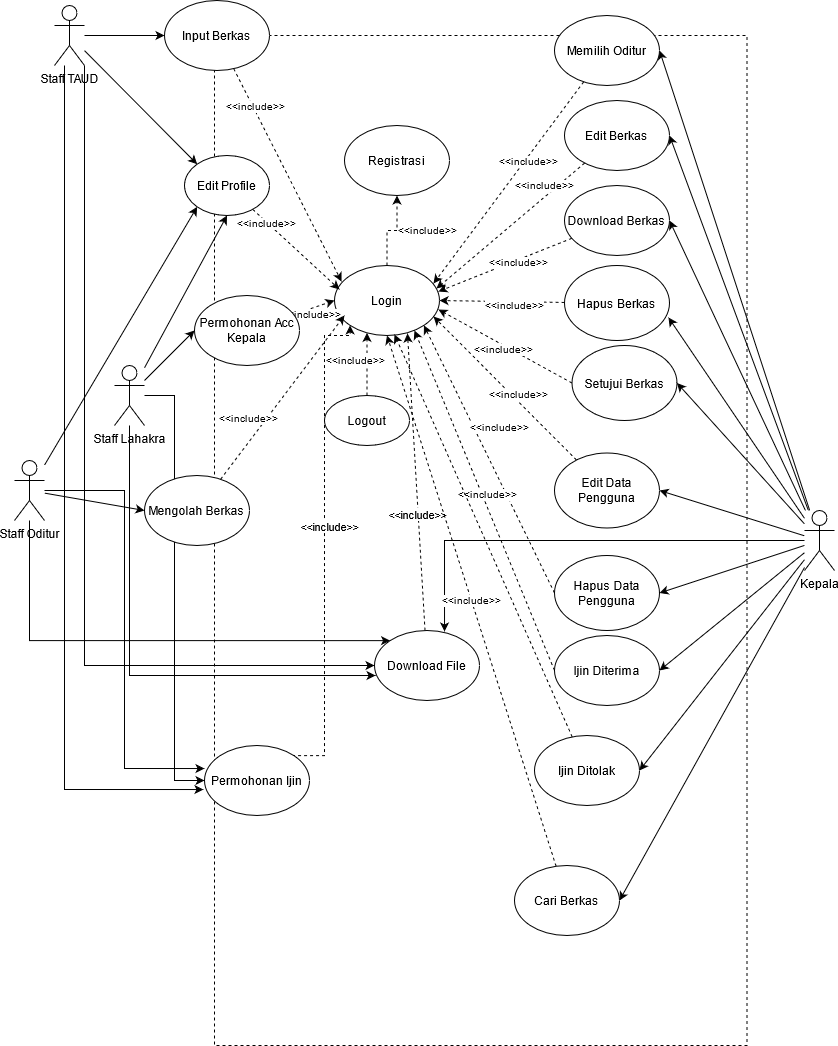
vincent322/Diagram keeps this draw.io diagram as staff/Use Case Diagram.png. Above is the earlier version. Source tidied: cells renumbered, new cells last; positions are measured from the earlier drawing's top-left corner, leaving out a move shared by most shapes.
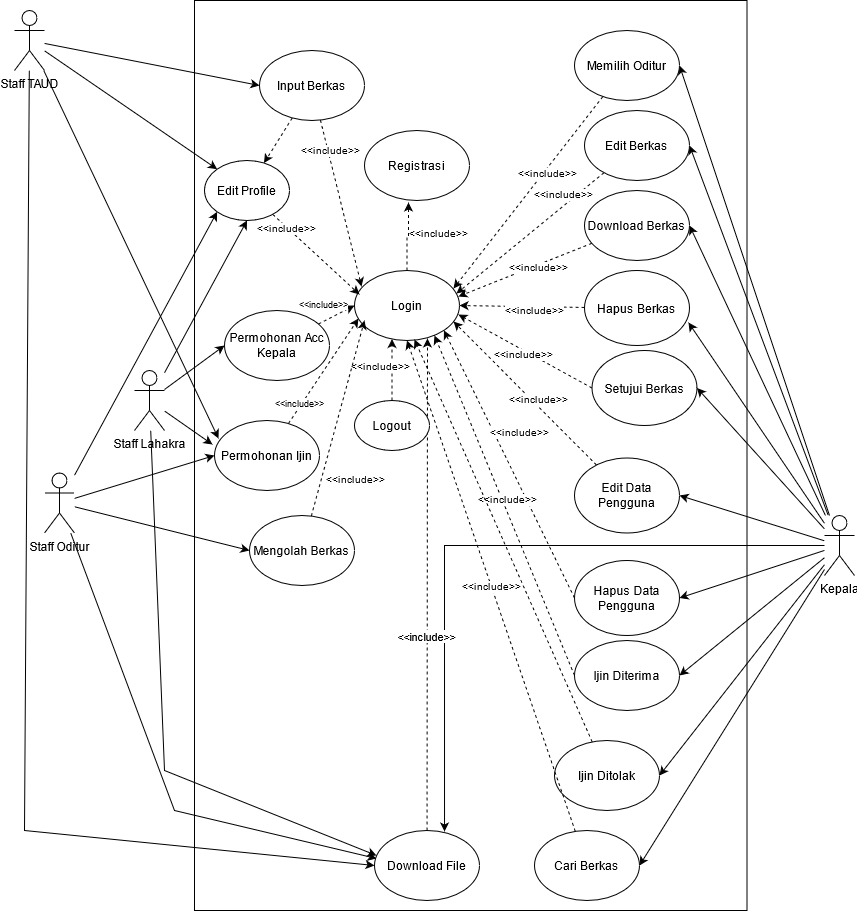
Later version of the same file.

Change to the diagram source:
```diff
@@ -2,8 +2,8 @@
   <root>
     <mxCell id="0" />
     <mxCell id="1" parent="0" />
-    <mxCell id="2" style="rounded=0;whiteSpace=wrap;html=1;dashed=1;" parent="1" vertex="1">
-      <mxGeometry x="200" y="35" width="532.5" height="1010" as="geometry" />
+    <mxCell id="2" style="rounded=0;whiteSpace=wrap;html=1;" parent="1" vertex="1">
+      <mxGeometry x="160" y="-5" width="552.5" height="910" as="geometry" />
     </mxCell>
     <mxCell id="3" style="edgeStyle=none;rounded=0;jettySize=auto;html=1;entryX=0;entryY=0.5;entryDx=0;entryDy=0;fontSize=10;" parent="1" edge="1" source="7" target="36">
       <mxGeometry relative="1" as="geometry" />
@@ -11,23 +11,18 @@
     <mxCell id="4" style="edgeStyle=none;rounded=0;jettySize=auto;html=1;fontSize=10;entryX=0;entryY=0;entryDx=0;entryDy=0;" parent="1" edge="1" source="7" target="67">
       <mxGeometry relative="1" as="geometry" />
     </mxCell>
+    <mxCell id="6" style="edgeStyle=none;rounded=0;jettySize=auto;html=1;entryX=0.038;entryY=0.257;entryDx=0;entryDy=0;entryPerimeter=0;fontSize=9;" parent="1" edge="1" source="7" target="75">
+      <mxGeometry relative="1" as="geometry" />
+    </mxCell>
-    <mxCell id="5" style="edgeStyle=orthogonalEdgeStyle;rounded=0;jettySize=auto;html=1;entryX=0;entryY=0.5;entryDx=0;entryDy=0;" parent="1" edge="1" source="7" target="54">
+    <mxCell id="5" style="edgeStyle=none;rounded=0;jettySize=auto;html=1;entryX=0;entryY=0.5;entryDx=0;entryDy=0;fontSize=9;" parent="1" edge="1" source="7" target="54">
       <mxGeometry relative="1" as="geometry">
         <Array as="points">
-          <mxPoint x="70" y="35" />
-          <mxPoint x="70" y="665" />
+          <mxPoint x="-10" y="825" />
         </Array>
       </mxGeometry>
     </mxCell>
-    <mxCell id="6" style="edgeStyle=orthogonalEdgeStyle;rounded=0;jettySize=auto;html=1;entryX=-0.01;entryY=0.629;entryDx=0;entryDy=0;entryPerimeter=0;" parent="1" edge="1" source="7" target="75">
-      <mxGeometry relative="1" as="geometry">
-        <Array as="points">
-          <mxPoint x="50" y="789" />
-        </Array>
-      </mxGeometry>
-    </mxCell>
     <mxCell id="7" value="Staff TAUD" style="shape=umlActor;verticalLabelPosition=bottom;verticalAlign=top;html=1;outlineConnect=0;" parent="1" vertex="1">
-      <mxGeometry x="40" y="5" width="30" height="60" as="geometry" />
+      <mxGeometry x="-20" y="5" width="30" height="60" as="geometry" />
     </mxCell>
     <mxCell id="8" style="edgeStyle=none;rounded=0;jettySize=auto;html=1;entryX=0;entryY=0.5;entryDx=0;entryDy=0;fontSize=10;" parent="1" edge="1" source="12" target="39">
       <mxGeometry relative="1" as="geometry" />
@@ -35,16 +30,16 @@
     <mxCell id="9" style="edgeStyle=none;rounded=0;jettySize=auto;html=1;fontSize=10;entryX=0.5;entryY=1;entryDx=0;entryDy=0;" parent="1" edge="1" source="12" target="67">
       <mxGeometry relative="1" as="geometry" />
     </mxCell>
+    <mxCell id="11" style="edgeStyle=none;rounded=0;jettySize=auto;html=1;entryX=-0.019;entryY=0.343;entryDx=0;entryDy=0;entryPerimeter=0;fontSize=9;" parent="1" edge="1" source="12" target="75">
+      <mxGeometry relative="1" as="geometry" />
+    </mxCell>
-    <mxCell id="10" style="edgeStyle=orthogonalEdgeStyle;rounded=0;jettySize=auto;html=1;entryX=0.01;entryY=0.643;entryDx=0;entryDy=0;entryPerimeter=0;" parent="1" edge="1" source="12" target="54">
+    <mxCell id="10" style="edgeStyle=none;rounded=0;jettySize=auto;html=1;entryX=0.019;entryY=0.357;entryDx=0;entryDy=0;entryPerimeter=0;fontSize=9;" parent="1" edge="1" source="12" target="54">
       <mxGeometry relative="1" as="geometry">
         <Array as="points">
-          <mxPoint x="115" y="675" />
+          <mxPoint x="130" y="765" />
         </Array>
       </mxGeometry>
     </mxCell>
-    <mxCell id="11" style="edgeStyle=orthogonalEdgeStyle;rounded=0;jettySize=auto;html=1;entryX=0;entryY=0.5;entryDx=0;entryDy=0;" parent="1" edge="1" source="12" target="75">
-      <mxGeometry relative="1" as="geometry" />
-    </mxCell>
     <mxCell id="12" value="Staff Lahakra" style="shape=umlActor;verticalLabelPosition=bottom;verticalAlign=top;html=1;outlineConnect=0;" parent="1" vertex="1">
       <mxGeometry x="100" y="365" width="30" height="60" as="geometry" />
     </mxCell>
@@ -90,21 +85,23 @@
     <mxCell id="26" style="edgeStyle=none;rounded=0;jettySize=auto;html=1;entryX=0;entryY=0.5;entryDx=0;entryDy=0;fontSize=10;" parent="1" edge="1" source="29" target="45">
       <mxGeometry relative="1" as="geometry" />
     </mxCell>
+    <mxCell id="28" style="edgeStyle=none;rounded=0;jettySize=auto;html=1;entryX=0;entryY=0.5;entryDx=0;entryDy=0;fontSize=9;" parent="1" edge="1" source="29" target="75">
+      <mxGeometry relative="1" as="geometry" />
+    </mxCell>
-    <mxCell id="27" style="edgeStyle=orthogonalEdgeStyle;rounded=0;jettySize=auto;html=1;entryX=0;entryY=0;entryDx=0;entryDy=0;" parent="1" edge="1" source="29" target="54">
+    <mxCell id="27" style="edgeStyle=none;rounded=0;jettySize=auto;html=1;entryX=0.019;entryY=0.4;entryDx=0;entryDy=0;entryPerimeter=0;fontSize=9;" parent="1" edge="1" source="29" target="54">
       <mxGeometry relative="1" as="geometry">
         <Array as="points">
-          <mxPoint x="15" y="640" />
+          <mxPoint x="140" y="805" />
         </Array>
       </mxGeometry>
     </mxCell>
-    <mxCell id="28" style="edgeStyle=orthogonalEdgeStyle;rounded=0;jettySize=auto;html=1;entryX=0;entryY=0.329;entryDx=0;entryDy=0;entryPerimeter=0;" parent="1" edge="1" source="29" target="75">
-      <mxGeometry relative="1" as="geometry" />
-    </mxCell>
     <mxCell id="29" value="Staff Oditur" style="shape=umlActor;verticalLabelPosition=bottom;verticalAlign=top;html=1;outlineConnect=0;" parent="1" vertex="1">
-      <mxGeometry y="460" width="30" height="60" as="geometry" />
+      <mxGeometry x="10" y="467.5" width="30" height="60" as="geometry" />
     </mxCell>
-    <mxCell id="30" value="&lt;font style=&quot;font-size: 10px&quot;&gt;&amp;lt;&amp;lt;include&amp;gt;&amp;gt;&lt;/font&gt;" style="edgeStyle=orthogonalEdgeStyle;rounded=0;jettySize=auto;html=1;entryX=0.5;entryY=1;entryDx=0;entryDy=0;dashed=1;" parent="1" edge="1" source="31" target="32">
-      <mxGeometry x="0.14" y="-30" relative="1" as="geometry" />
+    <mxCell id="30" value="&lt;font style=&quot;font-size: 10px&quot;&gt;&amp;lt;&amp;lt;include&amp;gt;&amp;gt;&lt;/font&gt;" style="edgeStyle=orthogonalEdgeStyle;rounded=0;jettySize=auto;html=1;dashed=1;" parent="1" edge="1" source="31">
+      <mxGeometry x="0.14" y="-30" relative="1" as="geometry">
+        <mxPoint x="374" y="197" as="targetPoint" />
+      </mxGeometry>
     </mxCell>
     <mxCell id="31" value="Login" style="ellipse;whiteSpace=wrap;html=1;" parent="1" vertex="1">
       <mxGeometry x="320" y="265" width="105" height="70" as="geometry" />
@@ -127,17 +124,22 @@
     <mxCell id="35" value="&amp;lt;&amp;lt;include&amp;gt;&amp;gt;" style="edgeLabel;html=1;align=center;verticalAlign=middle;fontSize=10;" parent="34" vertex="1">
       <mxGeometry x="-0.64" y="2" relative="1" as="geometry" />
     </mxCell>
+    <mxCell id="77" style="edgeStyle=none;rounded=0;jettySize=auto;html=1;dashed=1;" parent="1" edge="1" source="36" target="67">
+      <mxGeometry relative="1" as="geometry" />
+    </mxCell>
     <mxCell id="36" value="Input Berkas" style="ellipse;whiteSpace=wrap;html=1;" parent="1" vertex="1">
-      <mxGeometry x="150" width="105" height="70" as="geometry" />
+      <mxGeometry x="225" y="45" width="105" height="70" as="geometry" />
     </mxCell>
     <mxCell id="37" style="edgeStyle=none;rounded=0;jettySize=auto;html=1;entryX=0;entryY=0.5;entryDx=0;entryDy=0;fontSize=10;dashed=1;" parent="1" edge="1" source="39" target="31">
       <mxGeometry relative="1" as="geometry" />
     </mxCell>
-    <mxCell id="38" value="&amp;lt;&amp;lt;include&amp;gt;&amp;gt;" style="edgeLabel;html=1;align=center;verticalAlign=middle;fontSize=10;" parent="37" vertex="1">
-      <mxGeometry x="-0.23" y="-5" relative="1" as="geometry" />
+    <mxCell id="38" value="&amp;lt;&amp;lt;include&amp;gt;&amp;gt;" style="edgeLabel;html=1;align=center;verticalAlign=middle;fontSize=9;" parent="37" vertex="1">
+      <mxGeometry x="-0.23" y="-5" relative="1" as="geometry">
+        <mxPoint x="-12" y="-17" as="offset" />
+      </mxGeometry>
     </mxCell>
     <mxCell id="39" value="Permohonan Acc Kepala" style="ellipse;whiteSpace=wrap;html=1;" parent="1" vertex="1">
-      <mxGeometry x="180" y="295" width="105" height="70" as="geometry" />
+      <mxGeometry x="190" y="305" width="105" height="70" as="geometry" />
     </mxCell>
     <mxCell id="40" style="rounded=0;jettySize=auto;html=1;entryX=0.943;entryY=0.257;entryDx=0;entryDy=0;dashed=1;entryPerimeter=0;" parent="1" edge="1" source="42" target="31">
       <mxGeometry relative="1" as="geometry" />
@@ -146,24 +148,24 @@
       <mxGeometry x="-0.23" y="3" relative="1" as="geometry" />
     </mxCell>
     <mxCell id="42" value="Memilih Oditur" style="ellipse;whiteSpace=wrap;html=1;" parent="1" vertex="1">
-      <mxGeometry x="540" y="15" width="105" height="70" as="geometry" />
+      <mxGeometry x="540" y="25" width="105" height="70" as="geometry" />
     </mxCell>
     <mxCell id="43" style="edgeStyle=none;rounded=0;jettySize=auto;html=1;entryX=0.095;entryY=0.714;entryDx=0;entryDy=0;entryPerimeter=0;fontSize=10;dashed=1;" parent="1" edge="1" source="45" target="31">
       <mxGeometry relative="1" as="geometry" />
     </mxCell>
     <mxCell id="44" value="&amp;lt;&amp;lt;include&amp;gt;&amp;gt;" style="edgeLabel;html=1;align=center;verticalAlign=middle;fontSize=10;" parent="43" vertex="1">
       <mxGeometry x="-0.23" y="-1" relative="1" as="geometry">
-        <mxPoint x="-21" y="1" as="offset" />
+        <mxPoint x="22" y="38" as="offset" />
       </mxGeometry>
     </mxCell>
     <mxCell id="45" value="Mengolah Berkas" style="ellipse;whiteSpace=wrap;html=1;" parent="1" vertex="1">
-      <mxGeometry x="130" y="475" width="105" height="70" as="geometry" />
+      <mxGeometry x="215" y="510" width="105" height="70" as="geometry" />
     </mxCell>
     <mxCell id="46" value="&amp;lt;&amp;lt;include&amp;gt;&amp;gt;" style="edgeStyle=none;rounded=0;jettySize=auto;html=1;dashed=1;fontSize=10;entryX=0.971;entryY=0.329;entryDx=0;entryDy=0;entryPerimeter=0;" parent="1" edge="1" source="47" target="31">
       <mxGeometry x="-0.53" y="-9" relative="1" as="geometry" />
     </mxCell>
     <mxCell id="47" value="Edit Berkas" style="ellipse;whiteSpace=wrap;html=1;" parent="1" vertex="1">
-      <mxGeometry x="550" y="100" width="105" height="70" as="geometry" />
+      <mxGeometry x="550" y="105" width="105" height="70" as="geometry" />
     </mxCell>
     <mxCell id="48" value="&amp;lt;&amp;lt;include&amp;gt;&amp;gt;" style="edgeStyle=none;rounded=0;jettySize=auto;html=1;dashed=1;fontSize=10;entryX=1;entryY=0.5;entryDx=0;entryDy=0;" parent="1" edge="1" source="49" target="31">
       <mxGeometry x="-0.2" y="4" relative="1" as="geometry" />
@@ -184,7 +186,7 @@
       <mxGeometry x="-0.21" y="1" relative="1" as="geometry" />
     </mxCell>
     <mxCell id="54" value="Download File" style="ellipse;whiteSpace=wrap;html=1;" parent="1" vertex="1">
-      <mxGeometry x="360" y="630" width="105" height="70" as="geometry" />
+      <mxGeometry x="340" y="825" width="105" height="70" as="geometry" />
     </mxCell>
     <mxCell id="55" style="edgeStyle=none;rounded=0;jettySize=auto;html=1;dashed=1;fontSize=10;entryX=0.943;entryY=0.729;entryDx=0;entryDy=0;entryPerimeter=0;" parent="1" edge="1" source="57" target="31">
       <mxGeometry relative="1" as="geometry" />
@@ -237,7 +239,7 @@
       <mxGeometry relative="1" as="geometry" />
     </mxCell>
     <mxCell id="69" value="Cari Berkas" style="ellipse;whiteSpace=wrap;html=1;" parent="1" vertex="1">
-      <mxGeometry x="500" y="865" width="105" height="70" as="geometry" />
+      <mxGeometry x="500" y="825" width="105" height="70" as="geometry" />
     </mxCell>
     <mxCell id="70" style="edgeStyle=none;rounded=0;jettySize=auto;html=1;entryX=0.99;entryY=0.371;entryDx=0;entryDy=0;entryPerimeter=0;dashed=1;fontSize=10;" parent="1" edge="1" source="72" target="31">
       <mxGeometry relative="1" as="geometry" />
@@ -248,22 +250,17 @@
     <mxCell id="72" value="Download Berkas" style="ellipse;whiteSpace=wrap;html=1;" parent="1" vertex="1">
       <mxGeometry x="550" y="185" width="105" height="70" as="geometry" />
     </mxCell>
-    <mxCell id="73" style="edgeStyle=orthogonalEdgeStyle;rounded=0;jettySize=auto;html=1;exitX=0;exitY=0;exitDx=0;exitDy=0;entryX=0;entryY=1;entryDx=0;entryDy=0;dashed=1;" parent="1" edge="1" source="75" target="31">
-      <mxGeometry relative="1" as="geometry">
-        <Array as="points">
-          <mxPoint x="310" y="755" />
-          <mxPoint x="310" y="335" />
-        </Array>
-      </mxGeometry>
+    <mxCell id="73" style="edgeStyle=none;rounded=0;jettySize=auto;html=1;entryX=0.038;entryY=0.686;entryDx=0;entryDy=0;entryPerimeter=0;fontSize=9;dashed=1;" parent="1" edge="1" source="75" target="31">
+      <mxGeometry relative="1" as="geometry" />
     </mxCell>
-    <mxCell id="74" value="&amp;lt;&amp;lt;include&amp;gt;&amp;gt;" style="edgeLabel;html=1;align=center;verticalAlign=middle;" parent="73" vertex="1">
-      <mxGeometry x="0.19" y="-4" relative="1" as="geometry" />
+    <mxCell id="74" value="&amp;lt;&amp;lt;include&amp;gt;&amp;gt;" style="edgeLabel;html=1;align=center;verticalAlign=middle;fontSize=9;" parent="73" vertex="1">
+      <mxGeometry x="-0.63" y="3" relative="1" as="geometry" />
     </mxCell>
     <mxCell id="75" value="Permohonan Ijin" style="ellipse;whiteSpace=wrap;html=1;" parent="1" vertex="1">
-      <mxGeometry x="190" y="745" width="105" height="70" as="geometry" />
+      <mxGeometry x="180" y="415" width="105" height="70" as="geometry" />
     </mxCell>
     <mxCell id="76" value="Logout" style="ellipse;whiteSpace=wrap;html=1;" parent="1" vertex="1">
-      <mxGeometry x="310" y="395" width="85" height="50" as="geometry" />
+      <mxGeometry x="320" y="395" width="75" height="50" as="geometry" />
     </mxCell>
   </root>
 </mxGraphModel>
```
